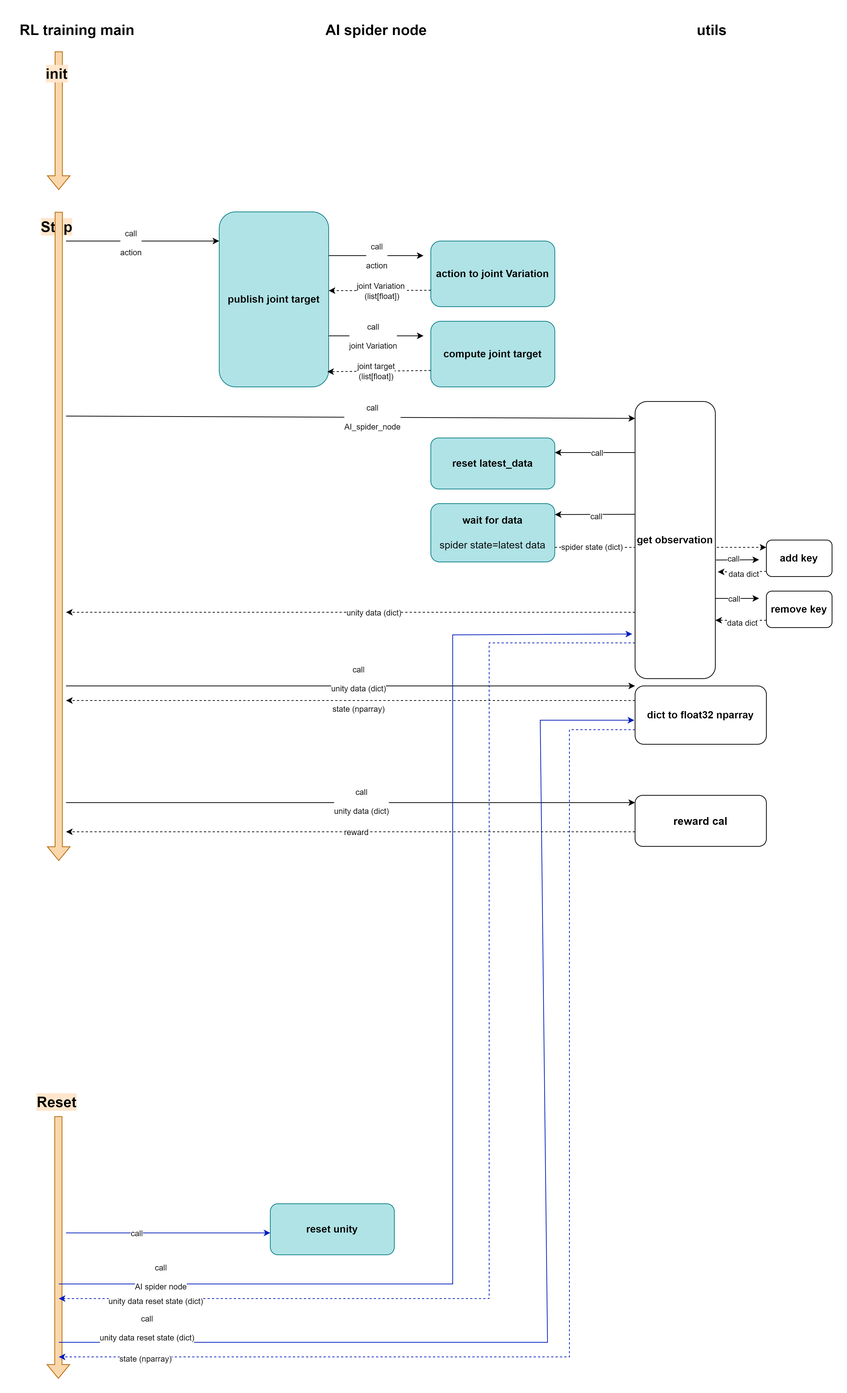
siangting/pros_ai_spider keeps this draw.io diagram as diagram/RL training main.drawio.png. Above is the earlier version. Source tidied: cells renumbered, new cells last; positions are measured from the earlier drawing's top-left corner, leaving out a move shared by most shapes.
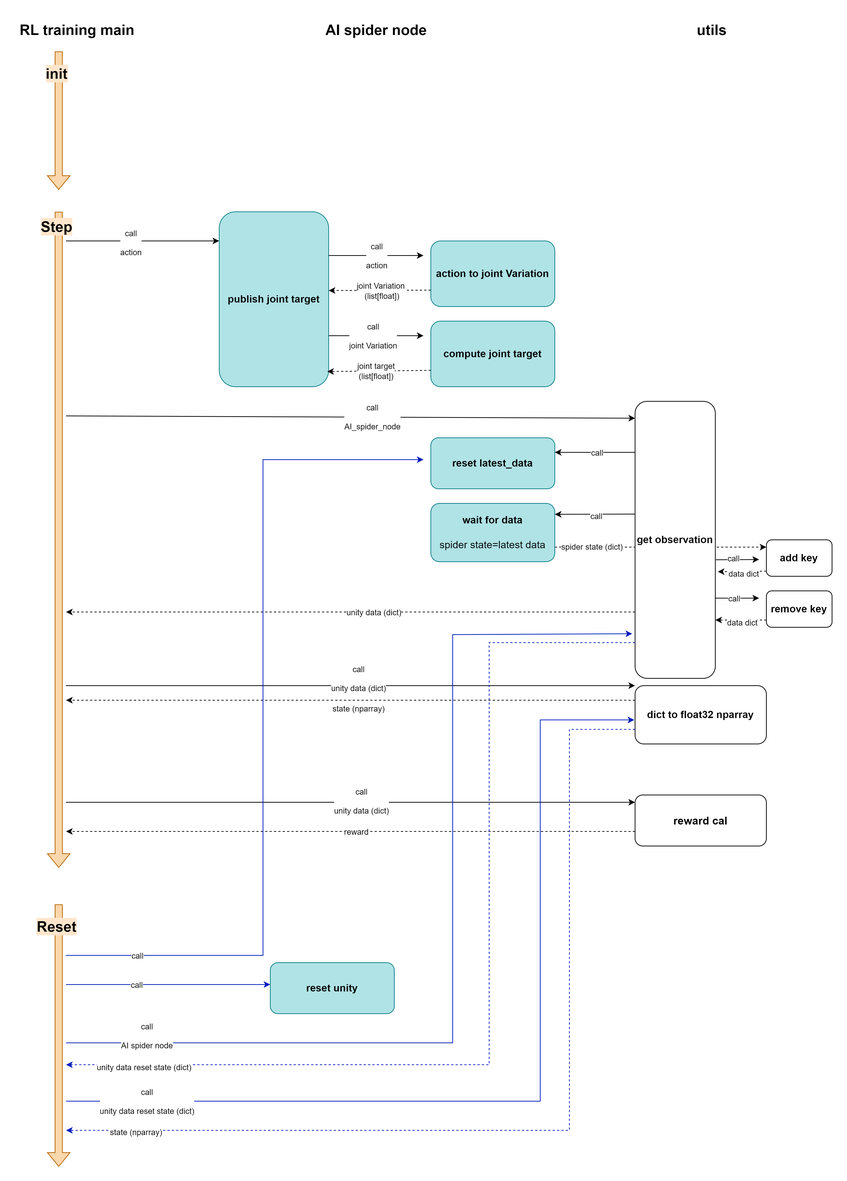
After the change.

Commit message:
[FIX] Revert program diagram to previous version.

1. The latest version plan is abandoned.

The edit, as a diff of the source:
```diff
@@ -194,6 +194,12 @@
         <mxPoint x="26" y="9" as="offset" />
       </mxGeometry>
     </mxCell>
+    <mxCell id="67" style="shape=flexArrow;endArrow=classic;html=1;rounded=0;fillColor=#fad7ac;strokeColor=#b46504;" parent="1" edge="1">
+      <mxGeometry relative="1" as="geometry">
+        <mxPoint x="60" y="270" as="sourcePoint" />
+        <mxPoint x="60" y="1170" as="targetPoint" />
+      </mxGeometry>
+    </mxCell>
     <mxCell id="47" value="Step" style="edgeLabel;html=1;align=center;verticalAlign=middle;fontSize=20;fontStyle=1;labelBackgroundColor=#FFE6CC;" parent="1" vertex="1">
       <mxGeometry x="30" y="280" as="geometry">
         <mxPoint x="26" y="9" as="offset" />
@@ -222,22 +228,35 @@
     </mxCell>
     <mxCell id="53" style="shape=flexArrow;endArrow=classic;html=1;rounded=0;fillColor=#fad7ac;strokeColor=#b46504;" parent="1" edge="1">
       <mxGeometry relative="1" as="geometry">
-        <mxPoint x="59.5" y="1510" as="sourcePoint" />
-        <mxPoint x="59.5" y="1870" as="targetPoint" />
+        <mxPoint x="60" y="1220" as="sourcePoint" />
+        <mxPoint x="60" y="1580" as="targetPoint" />
       </mxGeometry>
     </mxCell>
     <mxCell id="54" value="Reset" style="edgeLabel;html=1;align=center;verticalAlign=middle;fontSize=20;fontStyle=1;labelBackgroundColor=#FFE6CC;" parent="1" vertex="1">
-      <mxGeometry x="30" y="1480" as="geometry">
+      <mxGeometry x="30" y="1240" as="geometry">
         <mxPoint x="26" y="9" as="offset" />
       </mxGeometry>
     </mxCell>
+    <mxCell id="68" style="endArrow=classic;html=1;rounded=0;fillColor=#0050ef;strokeColor=#001DBC;" parent="1" edge="1">
+      <mxGeometry relative="1" as="geometry">
+        <mxPoint x="70" y="1290" as="sourcePoint" />
+        <mxPoint x="560" y="610" as="targetPoint" />
+        <Array as="points">
+          <mxPoint x="340" y="1290" />
+          <mxPoint x="340" y="610" />
+        </Array>
+      </mxGeometry>
+    </mxCell>
+    <mxCell id="69" value="call" style="edgeLabel;html=1;align=center;verticalAlign=middle;" parent="68" vertex="1">
+      <mxGeometry x="-0.83" relative="1" as="geometry" />
+    </mxCell>
     <mxCell id="55" value="&lt;font style=&quot;font-size: 14px;&quot;&gt;&lt;b&gt;reset unity&lt;/b&gt;&lt;/font&gt;" style="rounded=1;whiteSpace=wrap;html=1;fillColor=#b0e3e6;strokeColor=#0e8088;" parent="1" vertex="1">
-      <mxGeometry x="350" y="1630" width="170" height="70" as="geometry" />
+      <mxGeometry x="350" y="1300" width="170" height="70" as="geometry" />
     </mxCell>
     <mxCell id="56" style="endArrow=classic;html=1;rounded=0;fillColor=#0050ef;strokeColor=#001DBC;" parent="1" edge="1">
       <mxGeometry relative="1" as="geometry">
-        <mxPoint x="70" y="1670" as="sourcePoint" />
-        <mxPoint x="350" y="1670" as="targetPoint" />
+        <mxPoint x="70" y="1330" as="sourcePoint" />
+        <mxPoint x="350" y="1330" as="targetPoint" />
       </mxGeometry>
     </mxCell>
     <mxCell id="57" value="call" style="edgeLabel;html=1;align=center;verticalAlign=middle;" parent="56" vertex="1">
@@ -245,9 +264,9 @@
     </mxCell>
     <mxCell id="58" style="endArrow=classic;html=1;rounded=0;entryX=-0.036;entryY=0.839;entryDx=0;entryDy=0;entryPerimeter=0;fillColor=#0050ef;strokeColor=#001DBC;" parent="1" edge="1" target="20">
       <mxGeometry relative="1" as="geometry">
-        <mxPoint x="60" y="1740" as="sourcePoint" />
+        <mxPoint x="70" y="1410" as="sourcePoint" />
         <Array as="points">
-          <mxPoint x="600" y="1740" />
+          <mxPoint x="600" y="1410" />
           <mxPoint x="600" y="850" />
         </Array>
       </mxGeometry>
@@ -259,10 +278,10 @@
     </mxCell>
     <mxCell id="60" style="endArrow=classic;html=1;rounded=0;exitX=0;exitY=0.871;exitDx=0;exitDy=0;exitPerimeter=0;dashed=1;fillColor=#0050ef;strokeColor=#001DBC;" parent="1" edge="1" source="20">
       <mxGeometry relative="1" as="geometry">
-        <mxPoint x="60" y="1760" as="targetPoint" />
+        <mxPoint x="70" y="1440" as="targetPoint" />
         <Array as="points">
           <mxPoint x="650" y="861" />
-          <mxPoint x="650" y="1760" />
+          <mxPoint x="650" y="1440" />
         </Array>
       </mxGeometry>
     </mxCell>
@@ -271,33 +290,27 @@
     </mxCell>
     <mxCell id="62" style="endArrow=classic;html=1;rounded=0;entryX=-0.006;entryY=0.588;entryDx=0;entryDy=0;entryPerimeter=0;fillColor=#0050ef;strokeColor=#001DBC;" parent="1" edge="1" target="42">
       <mxGeometry relative="1" as="geometry">
-        <mxPoint x="60" y="1820" as="sourcePoint" />
+        <mxPoint x="70" y="1490" as="sourcePoint" />
         <Array as="points">
-          <mxPoint x="730" y="1820" />
+          <mxPoint x="720" y="1490" />
           <mxPoint x="720" y="967" />
         </Array>
       </mxGeometry>
     </mxCell>
     <mxCell id="63" value="&lt;div&gt;call&lt;/div&gt;&lt;div&gt;&lt;br&gt;&lt;/div&gt;unity data reset state (dict)" style="edgeLabel;html=1;align=center;verticalAlign=middle;" parent="1" vertex="1">
-      <mxGeometry x="180" y="1800" as="geometry" />
+      <mxGeometry x="180" y="1490" as="geometry" />
     </mxCell>
     <mxCell id="64" style="endArrow=classic;html=1;rounded=0;exitX=0;exitY=0.75;exitDx=0;exitDy=0;dashed=1;fillColor=#0050ef;strokeColor=#001DBC;" parent="1" edge="1" source="42">
       <mxGeometry relative="1" as="geometry">
-        <mxPoint x="60" y="1840" as="targetPoint" />
+        <mxPoint x="70" y="1530" as="targetPoint" />
         <Array as="points">
           <mxPoint x="760" y="980" />
-          <mxPoint x="760" y="1840" />
+          <mxPoint x="760" y="1530" />
         </Array>
       </mxGeometry>
     </mxCell>
     <mxCell id="65" value="state (nparray)" style="edgeLabel;html=1;align=center;verticalAlign=middle;" parent="64" vertex="1">
       <mxGeometry x="0.86" y="2" relative="1" as="geometry" />
     </mxCell>
-    <mxCell id="66" style="shape=flexArrow;endArrow=classic;html=1;rounded=0;fillColor=#fad7ac;strokeColor=#b46504;" parent="1" edge="1">
-      <mxGeometry relative="1" as="geometry">
-        <mxPoint x="60" y="270" as="sourcePoint" />
-        <mxPoint x="60" y="1160" as="targetPoint" />
-      </mxGeometry>
-    </mxCell>
   </root>
 </mxGraphModel>
```
